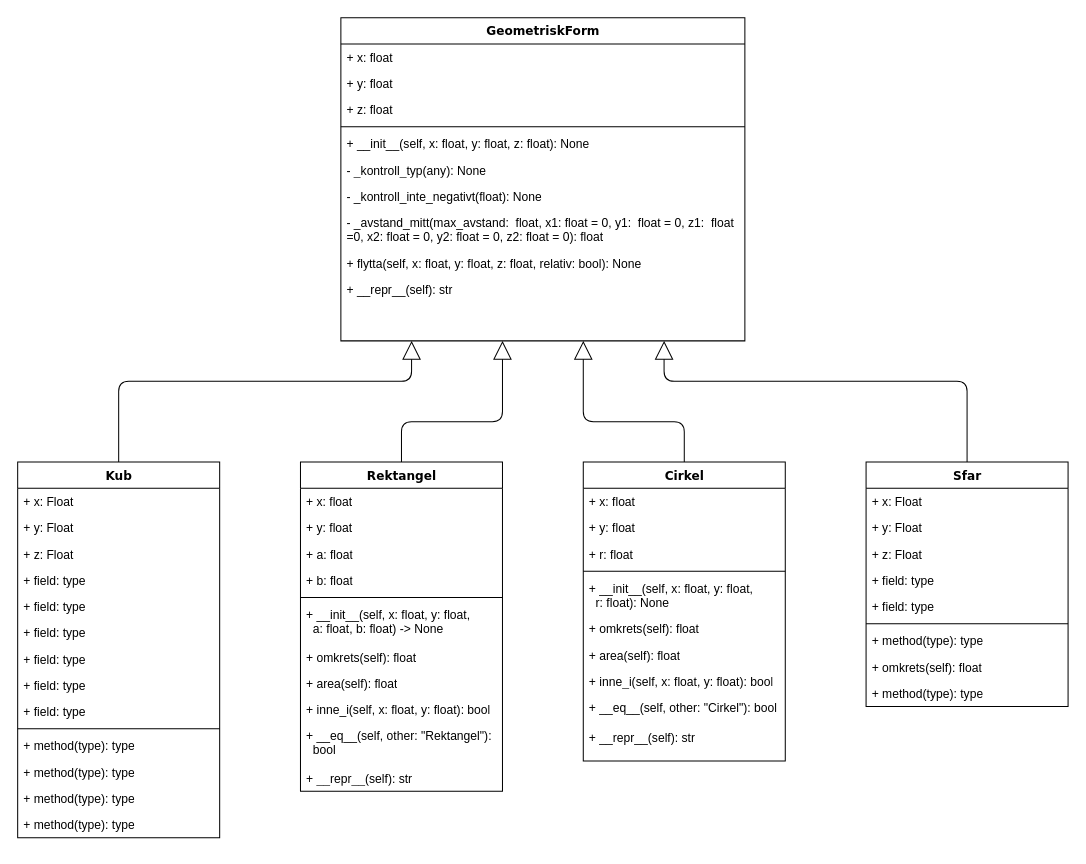
Above: Labs/Lab3/Untitled Diagram.drawio in Erik-M-Larsson/python-programming-Erik-Larsson (draw.io), before the change. Source tidied: cells renumbered, new cells numbered last; positions are measured from the earlier drawing's top-left corner, leaving out a move shared by most shapes. Both pictures are drawn from the tidied source at 101%, with x=0, y=0 at pixel (17, 17).
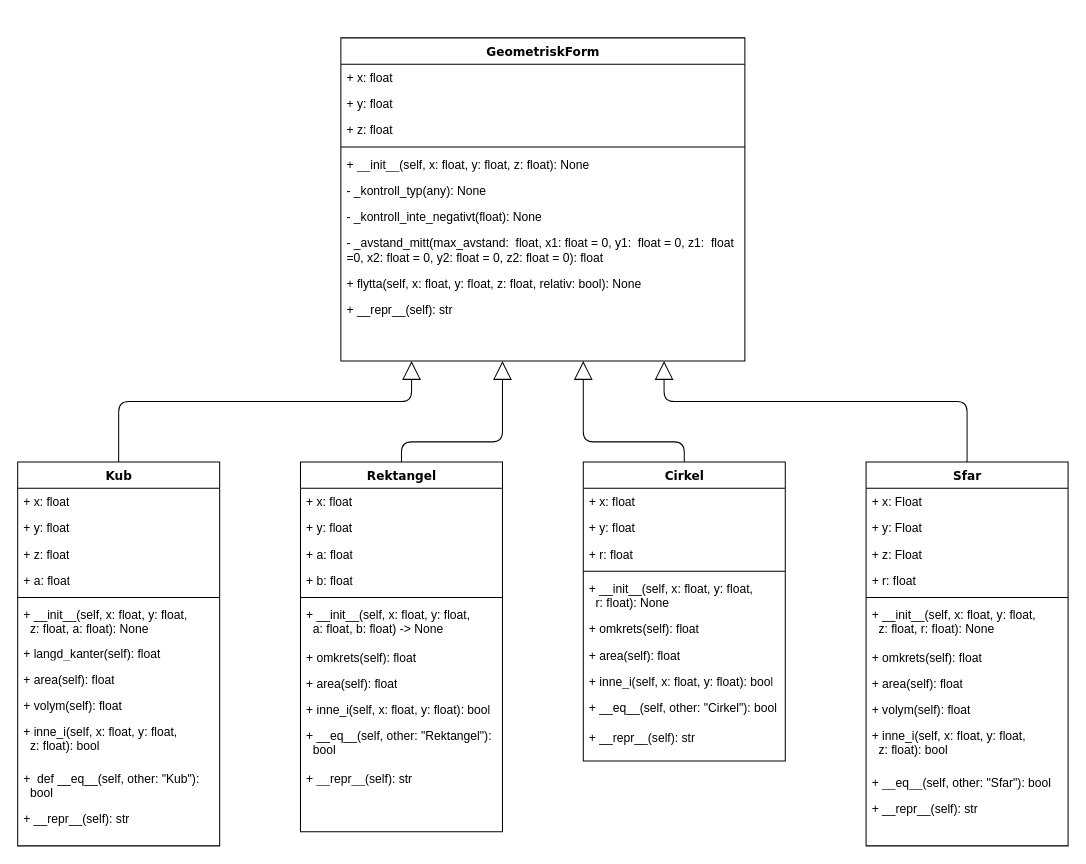
Above is the later version.

Commit message:
Kub och Sfar

The change refers to these unchanged cells:
```xml
<mxCell id="42" value="Cirkel" style="swimlane;html=1;fontStyle=1;align=center;verticalAlign=top;horizontal=1;startSize=26;swimlaneFillColor=#ffffff;rounded=0;shadow=0;comic=0;labelBackgroundColor=none;strokeWidth=1;fillColor=none;fontFamily=Verdana;fontSize=12;" parent="1" vertex="1">
  <mxGeometry x="560" y="440" width="200" height="296" as="geometry" />
</mxCell>
```

Change to the diagram source:
```diff
@@
     <mxCell id="2" value="GeometriskForm" style="swimlane;html=1;fontStyle=1;align=center;verticalAlign=top;horizontal=1;startSize=26;swimlaneFillColor=#ffffff;rounded=0;shadow=0;comic=0;labelBackgroundColor=none;strokeWidth=1;fillColor=none;fontFamily=Verdana;fontSize=12;" parent="1" vertex="1">
-      <mxGeometry x="320" width="400" height="320" as="geometry" />
+      <mxGeometry x="320" y="20" width="400" height="320" as="geometry" />
     </mxCell>
@@
     <mxCell id="13" value="Kub" style="swimlane;html=1;fontStyle=1;align=center;verticalAlign=top;horizontal=1;startSize=26;swimlaneFillColor=#ffffff;rounded=0;shadow=0;comic=0;labelBackgroundColor=none;strokeWidth=1;fillColor=none;fontFamily=Verdana;fontSize=12;" parent="1" vertex="1">
-      <mxGeometry y="440" width="200" height="372" as="geometry" />
+      <mxGeometry y="440" width="200" height="380" as="geometry" />
     </mxCell>
-    <mxCell id="14" value="+ x: Float" style="text;html=1;strokeColor=none;fillColor=none;align=left;verticalAlign=top;spacingLeft=4;spacingRight=4;whiteSpace=wrap;overflow=hidden;" parent="13" vertex="1">
+    <mxCell id="14" value="+ x: float" style="text;html=1;strokeColor=none;fillColor=none;align=left;verticalAlign=top;spacingLeft=4;spacingRight=4;whiteSpace=wrap;overflow=hidden;" parent="13" vertex="1">
       <mxGeometry y="26" width="200" height="26" as="geometry" />
     </mxCell>
-    <mxCell id="15" value="+ y: Float" style="text;html=1;strokeColor=none;fillColor=none;align=left;verticalAlign=top;spacingLeft=4;spacingRight=4;whiteSpace=wrap;overflow=hidden;" parent="13" vertex="1">
+    <mxCell id="15" value="+ y: float" style="text;html=1;strokeColor=none;fillColor=none;align=left;verticalAlign=top;spacingLeft=4;spacingRight=4;whiteSpace=wrap;overflow=hidden;" parent="13" vertex="1">
       <mxGeometry y="52" width="200" height="26" as="geometry" />
     </mxCell>
-    <mxCell id="16" value="+ z: Float" style="text;html=1;strokeColor=none;fillColor=none;align=left;verticalAlign=top;spacingLeft=4;spacingRight=4;whiteSpace=wrap;overflow=hidden;" parent="13" vertex="1">
+    <mxCell id="16" value="+ z: float" style="text;html=1;strokeColor=none;fillColor=none;align=left;verticalAlign=top;spacingLeft=4;spacingRight=4;whiteSpace=wrap;overflow=hidden;" parent="13" vertex="1">
       <mxGeometry y="78" width="200" height="26" as="geometry" />
     </mxCell>
-    <mxCell id="17" value="+ field: type" style="text;html=1;strokeColor=none;fillColor=none;align=left;verticalAlign=top;spacingLeft=4;spacingRight=4;whiteSpace=wrap;overflow=hidden;" parent="13" vertex="1">
+    <mxCell id="17" value="+ a: float" style="text;html=1;strokeColor=none;fillColor=none;align=left;verticalAlign=top;spacingLeft=4;spacingRight=4;whiteSpace=wrap;overflow=hidden;" parent="13" vertex="1">
       <mxGeometry y="104" width="200" height="26" as="geometry" />
     </mxCell>
-    <mxCell id="18" value="+ field: type" style="text;html=1;strokeColor=none;fillColor=none;align=left;verticalAlign=top;spacingLeft=4;spacingRight=4;whiteSpace=wrap;overflow=hidden;" parent="13" vertex="1">
-      <mxGeometry y="130" width="200" height="26" as="geometry" />
-    </mxCell>
-    <mxCell id="19" value="+ field: type" style="text;html=1;strokeColor=none;fillColor=none;align=left;verticalAlign=top;spacingLeft=4;spacingRight=4;whiteSpace=wrap;overflow=hidden;" parent="13" vertex="1">
-      <mxGeometry y="156" width="200" height="26" as="geometry" />
-    </mxCell>
-    <mxCell id="20" value="+ field: type" style="text;html=1;strokeColor=none;fillColor=none;align=left;verticalAlign=top;spacingLeft=4;spacingRight=4;whiteSpace=wrap;overflow=hidden;" parent="13" vertex="1">
-      <mxGeometry y="182" width="200" height="26" as="geometry" />
-    </mxCell>
-    <mxCell id="21" value="+ field: type" style="text;html=1;strokeColor=none;fillColor=none;align=left;verticalAlign=top;spacingLeft=4;spacingRight=4;whiteSpace=wrap;overflow=hidden;" parent="13" vertex="1">
-      <mxGeometry y="208" width="200" height="26" as="geometry" />
-    </mxCell>
-    <mxCell id="22" value="+ field: type" style="text;html=1;strokeColor=none;fillColor=none;align=left;verticalAlign=top;spacingLeft=4;spacingRight=4;whiteSpace=wrap;overflow=hidden;" parent="13" vertex="1">
-      <mxGeometry y="234" width="200" height="26" as="geometry" />
-    </mxCell>
     <mxCell id="23" style="line;html=1;strokeWidth=1;fillColor=none;align=left;verticalAlign=middle;spacingTop=-1;spacingLeft=3;spacingRight=3;labelPosition=right;" parent="13" vertex="1">
-      <mxGeometry y="260" width="200" height="8" as="geometry" />
+      <mxGeometry y="130" width="200" height="8" as="geometry" />
     </mxCell>
-    <mxCell id="24" value="+ method(type): type" style="text;html=1;strokeColor=none;fillColor=none;align=left;verticalAlign=top;spacingLeft=4;spacingRight=4;whiteSpace=wrap;overflow=hidden;" parent="13" vertex="1">
-      <mxGeometry y="268" width="200" height="26" as="geometry" />
+    <mxCell id="24" value="+&amp;nbsp;__init__(self, x: float, y: float, &lt;br&gt;&lt;span style=&quot;white-space: pre&quot;&gt; &lt;/span&gt;&lt;span style=&quot;white-space: pre&quot;&gt; &lt;/span&gt;z: float, a: float): None" style="text;html=1;strokeColor=none;fillColor=none;align=left;verticalAlign=top;spacingLeft=4;spacingRight=4;whiteSpace=wrap;overflow=hidden;" parent="13" vertex="1">
+      <mxGeometry y="138" width="200" height="38" as="geometry" />
     </mxCell>
-    <mxCell id="25" value="+ method(type): type" style="text;html=1;strokeColor=none;fillColor=none;align=left;verticalAlign=top;spacingLeft=4;spacingRight=4;whiteSpace=wrap;overflow=hidden;" parent="13" vertex="1">
-      <mxGeometry y="294" width="200" height="26" as="geometry" />
+    <mxCell id="25" value="+&amp;nbsp;langd_kanter(self): float" style="text;html=1;strokeColor=none;fillColor=none;align=left;verticalAlign=top;spacingLeft=4;spacingRight=4;whiteSpace=wrap;overflow=hidden;" parent="13" vertex="1">
+      <mxGeometry y="176" width="200" height="26" as="geometry" />
     </mxCell>
+    <mxCell id="65" value="+ area(self): float" style="text;html=1;strokeColor=none;fillColor=none;align=left;verticalAlign=top;spacingLeft=4;spacingRight=4;whiteSpace=wrap;overflow=hidden;" parent="13" vertex="1">
+      <mxGeometry y="202" width="200" height="26" as="geometry" />
+    </mxCell>
-    <mxCell id="26" value="+ method(type): type" style="text;html=1;strokeColor=none;fillColor=none;align=left;verticalAlign=top;spacingLeft=4;spacingRight=4;whiteSpace=wrap;overflow=hidden;" parent="13" vertex="1">
-      <mxGeometry y="320" width="200" height="26" as="geometry" />
+    <mxCell id="26" value="+&amp;nbsp;volym(self): float" style="text;html=1;strokeColor=none;fillColor=none;align=left;verticalAlign=top;spacingLeft=4;spacingRight=4;whiteSpace=wrap;overflow=hidden;" parent="13" vertex="1">
+      <mxGeometry y="228" width="200" height="26" as="geometry" />
     </mxCell>
-    <mxCell id="27" value="+ method(type): type" style="text;html=1;strokeColor=none;fillColor=none;align=left;verticalAlign=top;spacingLeft=4;spacingRight=4;whiteSpace=wrap;overflow=hidden;" parent="13" vertex="1">
-      <mxGeometry y="346" width="200" height="26" as="geometry" />
+    <mxCell id="27" value="+&amp;nbsp;inne_i(self, x: float, y: float, &lt;br&gt;&lt;span style=&quot;white-space: pre&quot;&gt; &lt;/span&gt;&lt;span style=&quot;white-space: pre&quot;&gt; &lt;/span&gt;z: float): bool" style="text;html=1;strokeColor=none;fillColor=none;align=left;verticalAlign=top;spacingLeft=4;spacingRight=4;whiteSpace=wrap;overflow=hidden;" parent="13" vertex="1">
+      <mxGeometry y="254" width="200" height="46" as="geometry" />
     </mxCell>
+    <mxCell id="66" value="+&amp;nbsp;&amp;nbsp;def __eq__(self, other: &quot;Kub&quot;): &lt;span style=&quot;white-space: pre&quot;&gt; &lt;/span&gt;&lt;span style=&quot;white-space: pre&quot;&gt; &lt;/span&gt;bool" style="text;html=1;strokeColor=none;fillColor=none;align=left;verticalAlign=top;spacingLeft=4;spacingRight=4;whiteSpace=wrap;overflow=hidden;" parent="13" vertex="1">
+      <mxGeometry y="300" width="200" height="40" as="geometry" />
+    </mxCell>
+    <mxCell id="67" value="+ __repr__(self): str" style="text;html=1;strokeColor=none;fillColor=none;align=left;verticalAlign=top;spacingLeft=4;spacingRight=4;whiteSpace=wrap;overflow=hidden;" parent="13" vertex="1">
+      <mxGeometry y="340" width="200" height="26" as="geometry" />
+    </mxCell>
     <mxCell id="28" style="edgeStyle=orthogonalEdgeStyle;html=1;labelBackgroundColor=none;startFill=0;startSize=8;endArrow=block;endFill=0;endSize=16;fontFamily=Verdana;fontSize=12;" parent="1" edge="1" source="13" target="2">
       <mxGeometry relative="1" as="geometry">
         <Array as="points">
-          <mxPoint x="100" y="360" />
-          <mxPoint x="390" y="360" />
+          <mxPoint x="100" y="380" />
+          <mxPoint x="390" y="380" />
         </Array>
       </mxGeometry>
     </mxCell>
     <mxCell id="29" value="Rektangel" style="swimlane;html=1;fontStyle=1;align=center;verticalAlign=top;horizontal=1;startSize=26;swimlaneFillColor=#ffffff;rounded=0;shadow=0;comic=0;labelBackgroundColor=none;strokeWidth=1;fillColor=none;fontFamily=Verdana;fontSize=12;" parent="1" vertex="1">
-      <mxGeometry x="280" y="440" width="200" height="326" as="geometry" />
+      <mxGeometry x="280" y="440" width="200" height="366" as="geometry" />
     </mxCell>
@@
     <mxCell id="41" style="edgeStyle=orthogonalEdgeStyle;html=1;labelBackgroundColor=none;startFill=0;startSize=8;endArrow=block;endFill=0;endSize=16;fontFamily=Verdana;fontSize=12;" parent="1" edge="1" source="42" target="2">
       <mxGeometry relative="1" as="geometry">
         <Array as="points">
-          <mxPoint x="660" y="400" />
-          <mxPoint x="560" y="400" />
+          <mxPoint x="660" y="420" />
+          <mxPoint x="560" y="420" />
         </Array>
       </mxGeometry>
     </mxCell>
@@
     <mxCell id="53" style="edgeStyle=orthogonalEdgeStyle;html=1;labelBackgroundColor=none;startFill=0;startSize=8;endArrow=block;endFill=0;endSize=16;fontFamily=Verdana;fontSize=12;" parent="1" edge="1" source="54" target="2">
       <mxGeometry relative="1" as="geometry">
         <Array as="points">
-          <mxPoint x="940" y="360" />
-          <mxPoint x="640" y="360" />
+          <mxPoint x="940" y="380" />
+          <mxPoint x="640" y="380" />
         </Array>
       </mxGeometry>
     </mxCell>
     <mxCell id="54" value="Sfar" style="swimlane;html=1;fontStyle=1;align=center;verticalAlign=top;horizontal=1;startSize=26;swimlaneFillColor=#ffffff;rounded=0;shadow=0;comic=0;labelBackgroundColor=none;strokeWidth=1;fillColor=none;fontFamily=Verdana;fontSize=12;" parent="1" vertex="1">
-      <mxGeometry x="840" y="440" width="200" height="242" as="geometry" />
+      <mxGeometry x="840" y="440" width="200" height="380" as="geometry" />
     </mxCell>
@@
-    <mxCell id="58" value="+ field: type" style="text;html=1;strokeColor=none;fillColor=none;align=left;verticalAlign=top;spacingLeft=4;spacingRight=4;whiteSpace=wrap;overflow=hidden;" parent="54" vertex="1">
-      <mxGeometry y="104" width="200" height="26" as="geometry" />
-    </mxCell>
-    <mxCell id="59" value="+ field: type" style="text;html=1;strokeColor=none;fillColor=none;align=left;verticalAlign=top;spacingLeft=4;spacingRight=4;whiteSpace=wrap;overflow=hidden;" parent="54" vertex="1">
-      <mxGeometry y="130" width="200" height="26" as="geometry" />
-    </mxCell>
+    <mxCell id="68" value="+ r: float" style="text;html=1;strokeColor=none;fillColor=none;align=left;verticalAlign=top;spacingLeft=4;spacingRight=4;whiteSpace=wrap;overflow=hidden;" parent="54" vertex="1">
+      <mxGeometry y="104" width="200" height="26" as="geometry" />
+    </mxCell>
     <mxCell id="60" style="line;html=1;strokeWidth=1;fillColor=none;align=left;verticalAlign=middle;spacingTop=-1;spacingLeft=3;spacingRight=3;labelPosition=right;" parent="54" vertex="1">
-      <mxGeometry y="156" width="200" height="8" as="geometry" />
+      <mxGeometry y="130" width="200" height="8" as="geometry" />
     </mxCell>
-    <mxCell id="61" value="+ method(type): type" style="text;html=1;strokeColor=none;fillColor=none;align=left;verticalAlign=top;spacingLeft=4;spacingRight=4;whiteSpace=wrap;overflow=hidden;" parent="54" vertex="1">
-      <mxGeometry y="164" width="200" height="26" as="geometry" />
+    <mxCell id="61" value="+&amp;nbsp;__init__(self, x: float, y: float, &lt;br&gt;&lt;span style=&quot;white-space: pre&quot;&gt; &lt;/span&gt;&lt;span style=&quot;white-space: pre&quot;&gt; &lt;/span&gt;z: float, r: float): None" style="text;html=1;strokeColor=none;fillColor=none;align=left;verticalAlign=top;spacingLeft=4;spacingRight=4;whiteSpace=wrap;overflow=hidden;" parent="54" vertex="1">
+      <mxGeometry y="138" width="200" height="42" as="geometry" />
     </mxCell>
     <mxCell id="62" value="+ omkrets(self): float" style="text;html=1;strokeColor=none;fillColor=none;align=left;verticalAlign=top;spacingLeft=4;spacingRight=4;whiteSpace=wrap;overflow=hidden;" parent="54" vertex="1">
-      <mxGeometry y="190" width="200" height="26" as="geometry" />
+      <mxGeometry y="180" width="200" height="26" as="geometry" />
     </mxCell>
+    <mxCell id="69" value="+ area(self): float" style="text;html=1;strokeColor=none;fillColor=none;align=left;verticalAlign=top;spacingLeft=4;spacingRight=4;whiteSpace=wrap;overflow=hidden;" parent="54" vertex="1">
+      <mxGeometry y="206" width="200" height="26" as="geometry" />
+    </mxCell>
+    <mxCell id="70" value="+&amp;nbsp;volym(self): float" style="text;html=1;strokeColor=none;fillColor=none;align=left;verticalAlign=top;spacingLeft=4;spacingRight=4;whiteSpace=wrap;overflow=hidden;" parent="54" vertex="1">
+      <mxGeometry y="232" width="200" height="26" as="geometry" />
+    </mxCell>
+    <mxCell id="71" value="+&amp;nbsp;inne_i(self, x: float, y: float, &lt;br&gt;&lt;span style=&quot;white-space: pre&quot;&gt; &lt;/span&gt;&lt;span style=&quot;white-space: pre&quot;&gt; &lt;/span&gt;z: float): bool" style="text;html=1;strokeColor=none;fillColor=none;align=left;verticalAlign=top;spacingLeft=4;spacingRight=4;whiteSpace=wrap;overflow=hidden;" parent="54" vertex="1">
+      <mxGeometry y="258" width="200" height="46" as="geometry" />
+    </mxCell>
-    <mxCell id="63" value="+ method(type): type" style="text;html=1;strokeColor=none;fillColor=none;align=left;verticalAlign=top;spacingLeft=4;spacingRight=4;whiteSpace=wrap;overflow=hidden;" parent="54" vertex="1">
-      <mxGeometry y="216" width="200" height="26" as="geometry" />
+    <mxCell id="63" value="+&amp;nbsp;__eq__(self, other: &quot;Sfar&quot;): bool" style="text;html=1;strokeColor=none;fillColor=none;align=left;verticalAlign=top;spacingLeft=4;spacingRight=4;whiteSpace=wrap;overflow=hidden;" parent="54" vertex="1">
+      <mxGeometry y="304" width="200" height="26" as="geometry" />
     </mxCell>
+    <mxCell id="72" value="+ __repr__(self): str" style="text;html=1;strokeColor=none;fillColor=none;align=left;verticalAlign=top;spacingLeft=4;spacingRight=4;whiteSpace=wrap;overflow=hidden;" parent="54" vertex="1">
+      <mxGeometry y="330" width="200" height="26" as="geometry" />
+    </mxCell>
     <mxCell id="64" style="edgeStyle=orthogonalEdgeStyle;html=1;labelBackgroundColor=none;startFill=0;startSize=8;endArrow=block;endFill=0;endSize=16;fontFamily=Verdana;fontSize=12;" parent="1" edge="1" source="29" target="2">
       <mxGeometry relative="1" as="geometry">
         <Array as="points">
-          <mxPoint x="380" y="400" />
-          <mxPoint x="480" y="400" />
+          <mxPoint x="380" y="420" />
+          <mxPoint x="480" y="420" />
         </Array>
       </mxGeometry>
     </mxCell>
```
